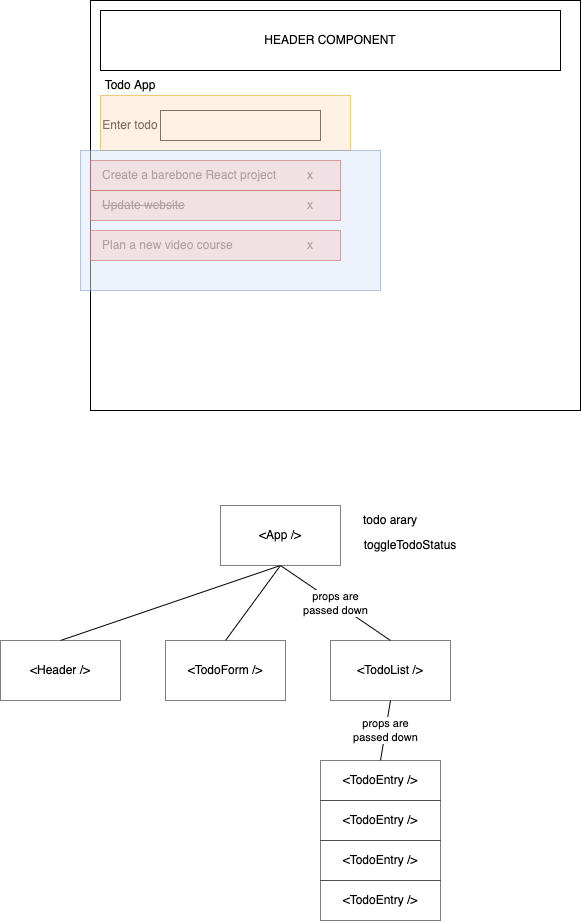
vinod-kayartaya/Unisys-Aug-2022 keeps this draw.io diagram as reactjs/react-todo-app/layout.dio.png. Above is the earlier version. Source tidied: cells renumbered, new cells last; positions are measured from the earlier drawing's top-left corner, leaving out a move shared by most shapes.
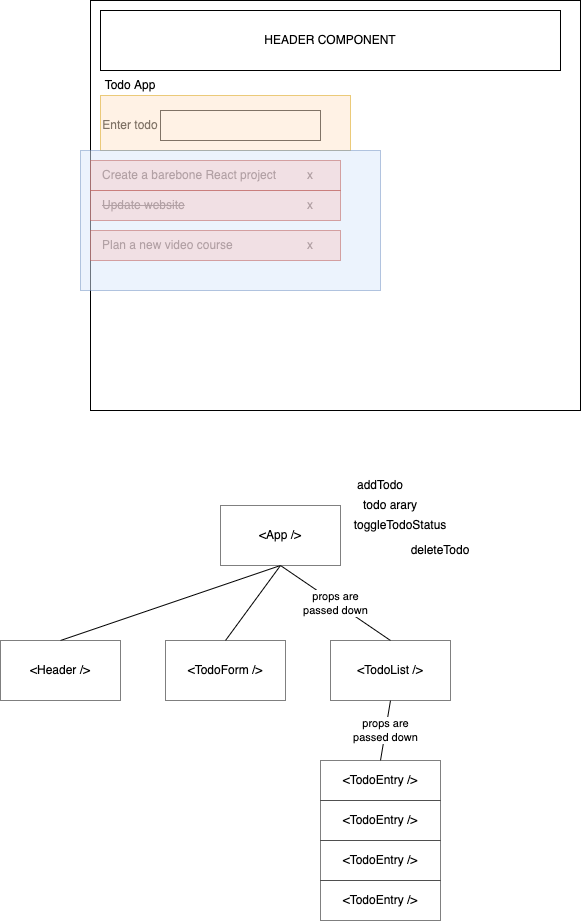
Later version of the same file.

Diff of the diagram source:
```diff
@@ -87,10 +87,16 @@
       <mxGeometry x="165" y="640" width="120" height="60" as="geometry" />
     </mxCell>
     <mxCell id="30" value="todo arary" style="text;html=1;strokeColor=none;fillColor=none;align=center;verticalAlign=middle;whiteSpace=wrap;rounded=0;opacity=50;" parent="1" vertex="1">
-      <mxGeometry x="360" y="505" width="60" height="30" as="geometry" />
+      <mxGeometry x="360" y="490" width="60" height="30" as="geometry" />
     </mxCell>
     <mxCell id="31" value="toggleTodoStatus" style="text;html=1;strokeColor=none;fillColor=none;align=center;verticalAlign=middle;whiteSpace=wrap;rounded=0;opacity=50;" parent="1" vertex="1">
-      <mxGeometry x="360" y="530" width="100" height="30" as="geometry" />
+      <mxGeometry x="350" y="510" width="100" height="30" as="geometry" />
     </mxCell>
+    <mxCell id="32" value="deleteTodo" style="text;html=1;strokeColor=none;fillColor=none;align=center;verticalAlign=middle;whiteSpace=wrap;rounded=0;opacity=50;" parent="1" vertex="1">
+      <mxGeometry x="390" y="535" width="100" height="30" as="geometry" />
+    </mxCell>
+    <mxCell id="33" value="addTodo" style="text;html=1;strokeColor=none;fillColor=none;align=center;verticalAlign=middle;whiteSpace=wrap;rounded=0;opacity=50;" parent="1" vertex="1">
+      <mxGeometry x="330" y="470" width="100" height="30" as="geometry" />
+    </mxCell>
   </root>
 </mxGraphModel>
```
